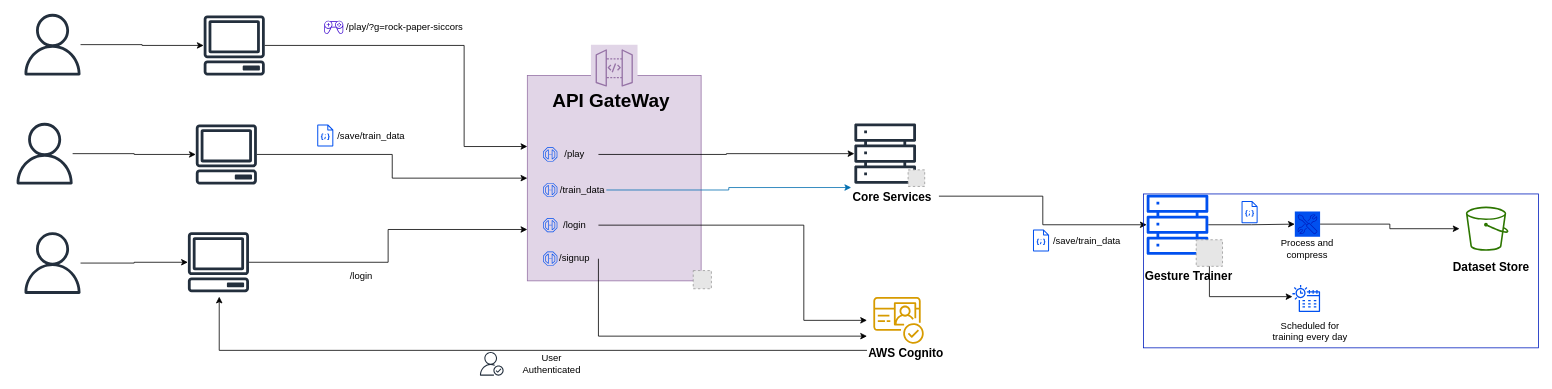
Earlier version of the draw.io diagram SystemDiagram.drawio (excellpepple/Minigames). Source tidied: cells renumbered, new cells numbered last; positions are measured from the earlier drawing's top-left corner, leaving out a move shared by most shapes. Both pictures are drawn from the tidied source at 79%, with x=0, y=0 at pixel (13, 13). Pictures stored in the file or linked from it are replaced by grey dashed boxes.
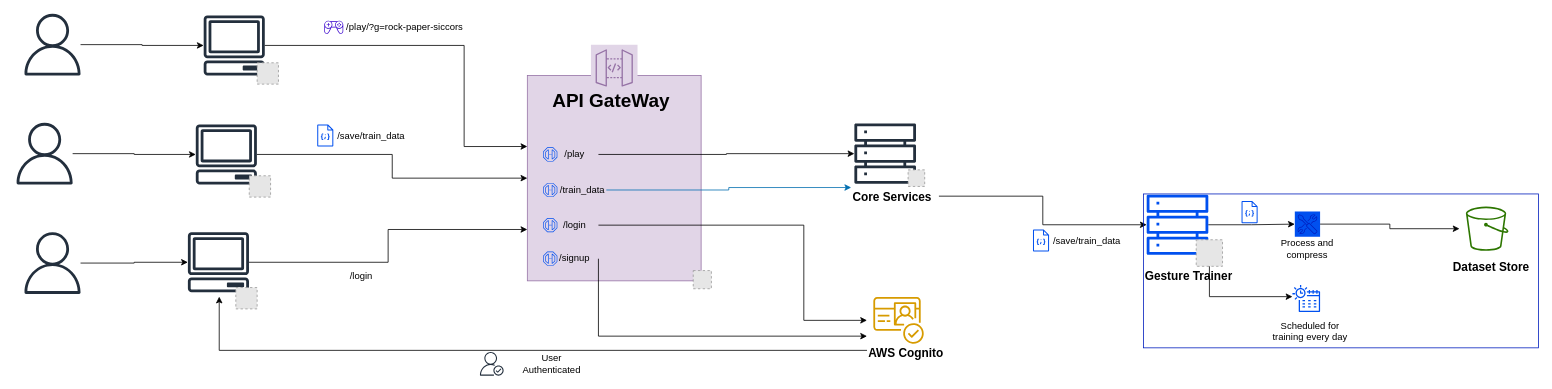
After the change.

What changed in the source:
```diff
@@
+    <mxCell id="67" style="fillColor=#E6E6E6;strokeColor=#999999;dashed=1;verticalLabelPosition=bottom;labelBackgroundColor=default;verticalAlign=top;" parent="1" vertex="1">
+      <mxGeometry x="308" y="62" width="27" height="27" as="geometry" />
+    </mxCell>
+    <mxCell id="68" style="fillColor=#E6E6E6;strokeColor=#999999;dashed=1;verticalLabelPosition=bottom;labelBackgroundColor=default;verticalAlign=top;" parent="1" vertex="1">
+      <mxGeometry x="298" y="205" width="27" height="27" as="geometry" />
+    </mxCell>
+    <mxCell id="69" style="fillColor=#E6E6E6;strokeColor=#999999;dashed=1;verticalLabelPosition=bottom;labelBackgroundColor=default;verticalAlign=top;" parent="1" vertex="1">
+      <mxGeometry x="281" y="346.5" width="27" height="27" as="geometry" />
+    </mxCell>
```
